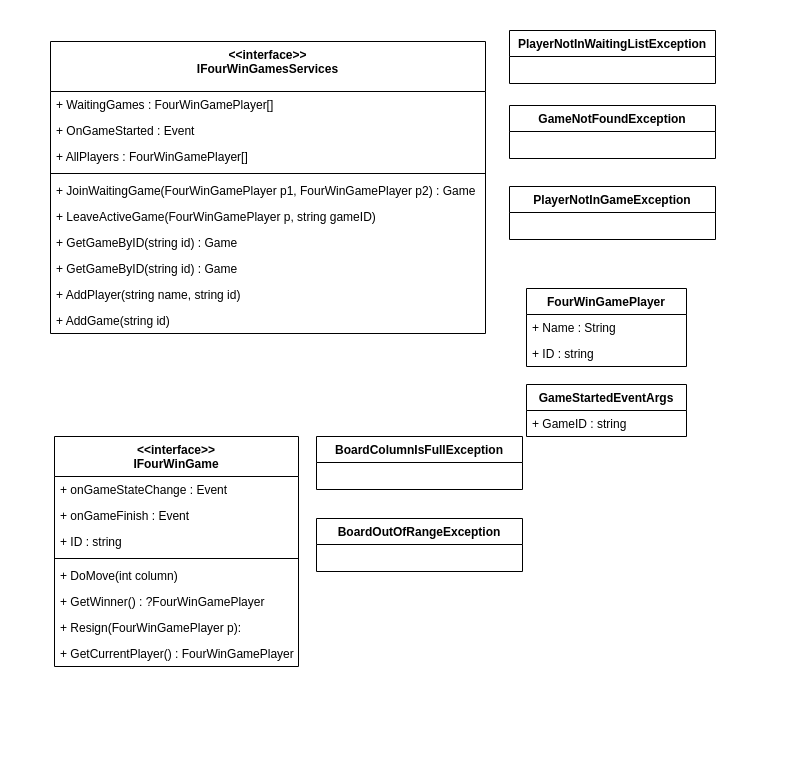
Before: page "BusinessLogic.Contracts" (2 of 4) of 4WinsGame/4WinGame/Architecture/20230217SRs(Klassendiagramme).drawio in JonasKrammerInfoteam/MiniprojektMultiplayerGame, a draw.io diagram. Source tidied: cells renumbered, new cells numbered last; positions are measured from the earlier drawing's top-left corner, leaving out a move shared by most shapes. Both pictures are drawn from the tidied source at 100%, with x=0, y=0 at pixel (50, 30).
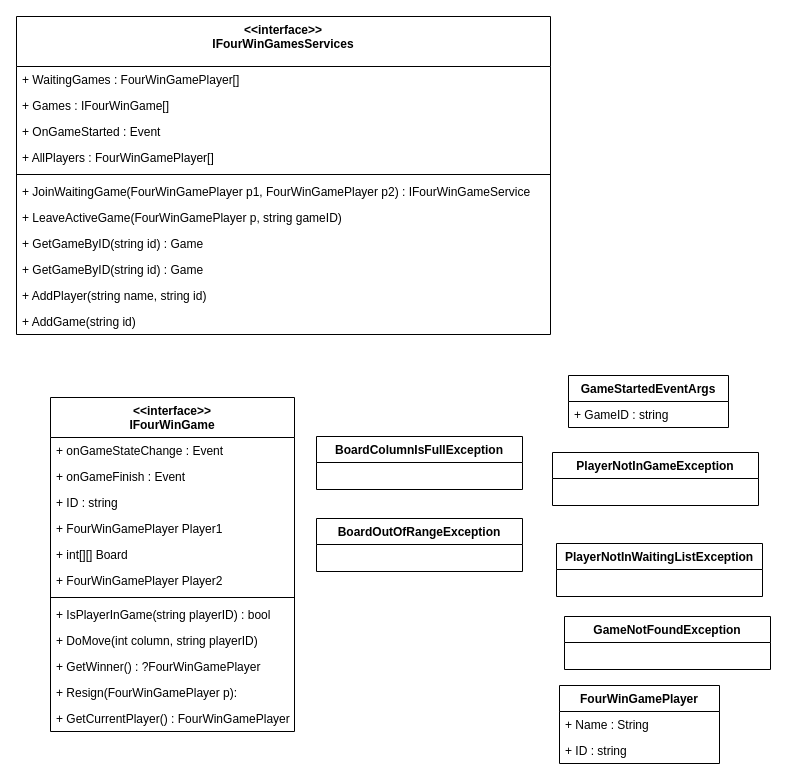
Above is the later version.

The edit, as a diff of the source:
```diff
@@
     <mxCell id="2" value="FourWinGamePlayer" style="swimlane;fontStyle=1;align=center;verticalAlign=top;horizontal=1;startSize=26;" parent="1" vertex="1">
-      <mxGeometry x="476" y="258" width="160" height="78" as="geometry" />
+      <mxGeometry x="509" y="655" width="160" height="78" as="geometry" />
     </mxCell>
@@
     <mxCell id="5" value="&lt;&lt;interface&gt;&gt;&#10;IFourWinGame" style="swimlane;fontStyle=1;align=center;verticalAlign=top;horizontal=1;startSize=40;" parent="1" vertex="1">
-      <mxGeometry x="4" y="406" width="244" height="230" as="geometry" />
+      <mxGeometry y="367" width="244" height="334" as="geometry" />
     </mxCell>
@@
+    <mxCell id="32" value="+ FourWinGamePlayer Player1" style="text;strokeColor=none;fillColor=none;align=left;verticalAlign=top;spacingLeft=4;spacingRight=4;overflow=hidden;" parent="5" vertex="1">
+      <mxGeometry y="118" width="244" height="26" as="geometry" />
+    </mxCell>
+    <mxCell id="33" value="+ int[][] Board" style="text;strokeColor=none;fillColor=none;align=left;verticalAlign=top;spacingLeft=4;spacingRight=4;overflow=hidden;" parent="5" vertex="1">
+      <mxGeometry y="144" width="244" height="26" as="geometry" />
+    </mxCell>
+    <mxCell id="34" value="+ FourWinGamePlayer Player2" style="text;strokeColor=none;fillColor=none;align=left;verticalAlign=top;spacingLeft=4;spacingRight=4;overflow=hidden;" parent="5" vertex="1">
+      <mxGeometry y="170" width="244" height="26" as="geometry" />
+    </mxCell>
     <mxCell id="9" style="line;strokeWidth=1;fillColor=none;align=left;verticalAlign=middle;spacingTop=-1;spacingLeft=3;spacingRight=3;labelPosition=right;strokeColor=inherit;" parent="5" vertex="1">
-      <mxGeometry y="118" width="244" height="8" as="geometry" />
+      <mxGeometry y="196" width="244" height="8" as="geometry" />
     </mxCell>
+    <mxCell id="35" value="+ IsPlayerInGame(string playerID) : bool" style="text;strokeColor=none;fillColor=none;align=left;verticalAlign=top;spacingLeft=4;spacingRight=4;overflow=hidden;" parent="5" vertex="1">
+      <mxGeometry y="204" width="244" height="26" as="geometry" />
+    </mxCell>
-    <mxCell id="10" value="+ DoMove(int column)" style="text;strokeColor=none;fillColor=none;align=left;verticalAlign=top;spacingLeft=4;spacingRight=4;overflow=hidden;" parent="5" vertex="1">
-      <mxGeometry y="126" width="244" height="26" as="geometry" />
+    <mxCell id="10" value="+ DoMove(int column, string playerID)" style="text;strokeColor=none;fillColor=none;align=left;verticalAlign=top;spacingLeft=4;spacingRight=4;overflow=hidden;" parent="5" vertex="1">
+      <mxGeometry y="230" width="244" height="26" as="geometry" />
     </mxCell>
     <mxCell id="11" value="+ GetWinner() : ?FourWinGamePlayer" style="text;strokeColor=none;fillColor=none;align=left;verticalAlign=top;spacingLeft=4;spacingRight=4;overflow=hidden;" parent="5" vertex="1">
-      <mxGeometry y="152" width="244" height="26" as="geometry" />
+      <mxGeometry y="256" width="244" height="26" as="geometry" />
     </mxCell>
     <mxCell id="12" value="+ Resign(FourWinGamePlayer p): " style="text;strokeColor=none;fillColor=none;align=left;verticalAlign=top;spacingLeft=4;spacingRight=4;overflow=hidden;" parent="5" vertex="1">
-      <mxGeometry y="178" width="244" height="26" as="geometry" />
+      <mxGeometry y="282" width="244" height="26" as="geometry" />
     </mxCell>
     <mxCell id="13" value="+ GetCurrentPlayer() : FourWinGamePlayer " style="text;strokeColor=none;fillColor=none;align=left;verticalAlign=top;spacingLeft=4;spacingRight=4;overflow=hidden;" parent="5" vertex="1">
-      <mxGeometry y="204" width="244" height="26" as="geometry" />
+      <mxGeometry y="308" width="244" height="26" as="geometry" />
     </mxCell>
     <mxCell id="14" value="&lt;&lt;interface&gt;&gt;&#10;IFourWinGamesServices" style="swimlane;fontStyle=1;align=center;verticalAlign=top;horizontal=1;startSize=50;" parent="1" vertex="1">
-      <mxGeometry y="11" width="435" height="292" as="geometry" />
+      <mxGeometry x="-34" y="-14" width="534" height="318" as="geometry" />
     </mxCell>
     <mxCell id="15" value="+ WaitingGames : FourWinGamePlayer[]" style="text;strokeColor=none;fillColor=none;align=left;verticalAlign=top;spacingLeft=4;spacingRight=4;overflow=hidden;" parent="14" vertex="1">
-      <mxGeometry y="50" width="435" height="26" as="geometry" />
+      <mxGeometry y="50" width="534" height="26" as="geometry" />
     </mxCell>
+    <mxCell id="36" value="+ Games : IFourWinGame[]" style="text;strokeColor=none;fillColor=none;align=left;verticalAlign=top;spacingLeft=4;spacingRight=4;overflow=hidden;" parent="14" vertex="1">
+      <mxGeometry y="76" width="534" height="26" as="geometry" />
+    </mxCell>
     <mxCell id="16" value="+ OnGameStarted : Event" style="text;strokeColor=none;fillColor=none;align=left;verticalAlign=top;spacingLeft=4;spacingRight=4;overflow=hidden;" parent="14" vertex="1">
-      <mxGeometry y="76" width="435" height="26" as="geometry" />
+      <mxGeometry y="102" width="534" height="26" as="geometry" />
     </mxCell>
     <mxCell id="17" value="+ AllPlayers : FourWinGamePlayer[]" style="text;strokeColor=none;fillColor=none;align=left;verticalAlign=top;spacingLeft=4;spacingRight=4;overflow=hidden;" parent="14" vertex="1">
-      <mxGeometry y="102" width="435" height="26" as="geometry" />
+      <mxGeometry y="128" width="534" height="26" as="geometry" />
     </mxCell>
     <mxCell id="18" style="line;strokeWidth=1;fillColor=none;align=left;verticalAlign=middle;spacingTop=-1;spacingLeft=3;spacingRight=3;labelPosition=right;strokeColor=inherit;" parent="14" vertex="1">
-      <mxGeometry y="128" width="435" height="8" as="geometry" />
+      <mxGeometry y="154" width="534" height="8" as="geometry" />
     </mxCell>
-    <mxCell id="19" value="+ JoinWaitingGame(FourWinGamePlayer p1, FourWinGamePlayer p2) : Game" style="text;strokeColor=none;fillColor=none;align=left;verticalAlign=top;spacingLeft=4;spacingRight=4;overflow=hidden;" parent="14" vertex="1">
-      <mxGeometry y="136" width="435" height="26" as="geometry" />
+    <mxCell id="19" value="+ JoinWaitingGame(FourWinGamePlayer p1, FourWinGamePlayer p2) : IFourWinGameService" style="text;strokeColor=none;fillColor=none;align=left;verticalAlign=top;spacingLeft=4;spacingRight=4;overflow=hidden;" parent="14" vertex="1">
+      <mxGeometry y="162" width="534" height="26" as="geometry" />
     </mxCell>
     <mxCell id="20" value="+ LeaveActiveGame(FourWinGamePlayer p, string gameID)" style="text;strokeColor=none;fillColor=none;align=left;verticalAlign=top;spacingLeft=4;spacingRight=4;overflow=hidden;" parent="14" vertex="1">
-      <mxGeometry y="162" width="435" height="26" as="geometry" />
+      <mxGeometry y="188" width="534" height="26" as="geometry" />
     </mxCell>
     <mxCell id="21" value="+ GetGameByID(string id) : Game" style="text;strokeColor=none;fillColor=none;align=left;verticalAlign=top;spacingLeft=4;spacingRight=4;overflow=hidden;" parent="14" vertex="1">
-      <mxGeometry y="188" width="435" height="26" as="geometry" />
+      <mxGeometry y="214" width="534" height="26" as="geometry" />
     </mxCell>
     <mxCell id="22" value="+ GetGameByID(string id) : Game" style="text;strokeColor=none;fillColor=none;align=left;verticalAlign=top;spacingLeft=4;spacingRight=4;overflow=hidden;" parent="14" vertex="1">
-      <mxGeometry y="214" width="435" height="26" as="geometry" />
+      <mxGeometry y="240" width="534" height="26" as="geometry" />
     </mxCell>
     <mxCell id="23" value="+ AddPlayer(string name, string id)" style="text;strokeColor=none;fillColor=none;align=left;verticalAlign=top;spacingLeft=4;spacingRight=4;overflow=hidden;" parent="14" vertex="1">
-      <mxGeometry y="240" width="435" height="26" as="geometry" />
+      <mxGeometry y="266" width="534" height="26" as="geometry" />
     </mxCell>
     <mxCell id="24" value="+ AddGame(string id)" style="text;strokeColor=none;fillColor=none;align=left;verticalAlign=top;spacingLeft=4;spacingRight=4;overflow=hidden;" parent="14" vertex="1">
-      <mxGeometry y="266" width="435" height="26" as="geometry" />
+      <mxGeometry y="292" width="534" height="26" as="geometry" />
     </mxCell>
     <mxCell id="25" value="GameStartedEventArgs" style="swimlane;fontStyle=1;align=center;verticalAlign=top;horizontal=1;startSize=26;" parent="1" vertex="1">
-      <mxGeometry x="476" y="354" width="160" height="52" as="geometry" />
+      <mxGeometry x="518" y="345" width="160" height="52" as="geometry" />
     </mxCell>
@@
     <mxCell id="27" value="PlayerNotInGameException" style="swimlane;fontStyle=1;align=center;verticalAlign=top;horizontal=1;startSize=26;" parent="1" vertex="1">
-      <mxGeometry x="459" y="156" width="206" height="53" as="geometry" />
+      <mxGeometry x="502" y="422" width="206" height="53" as="geometry" />
     </mxCell>
@@
     <mxCell id="30" value="PlayerNotInWaitingListException" style="swimlane;fontStyle=1;align=center;verticalAlign=top;horizontal=1;startSize=26;" parent="1" vertex="1">
-      <mxGeometry x="459" width="206" height="53" as="geometry" />
+      <mxGeometry x="506" y="513" width="206" height="53" as="geometry" />
     </mxCell>
     <mxCell id="31" value="GameNotFoundException" style="swimlane;fontStyle=1;align=center;verticalAlign=top;horizontal=1;startSize=26;" parent="1" vertex="1">
-      <mxGeometry x="459" y="75" width="206" height="53" as="geometry" />
+      <mxGeometry x="514" y="586" width="206" height="53" as="geometry" />
     </mxCell>
```
